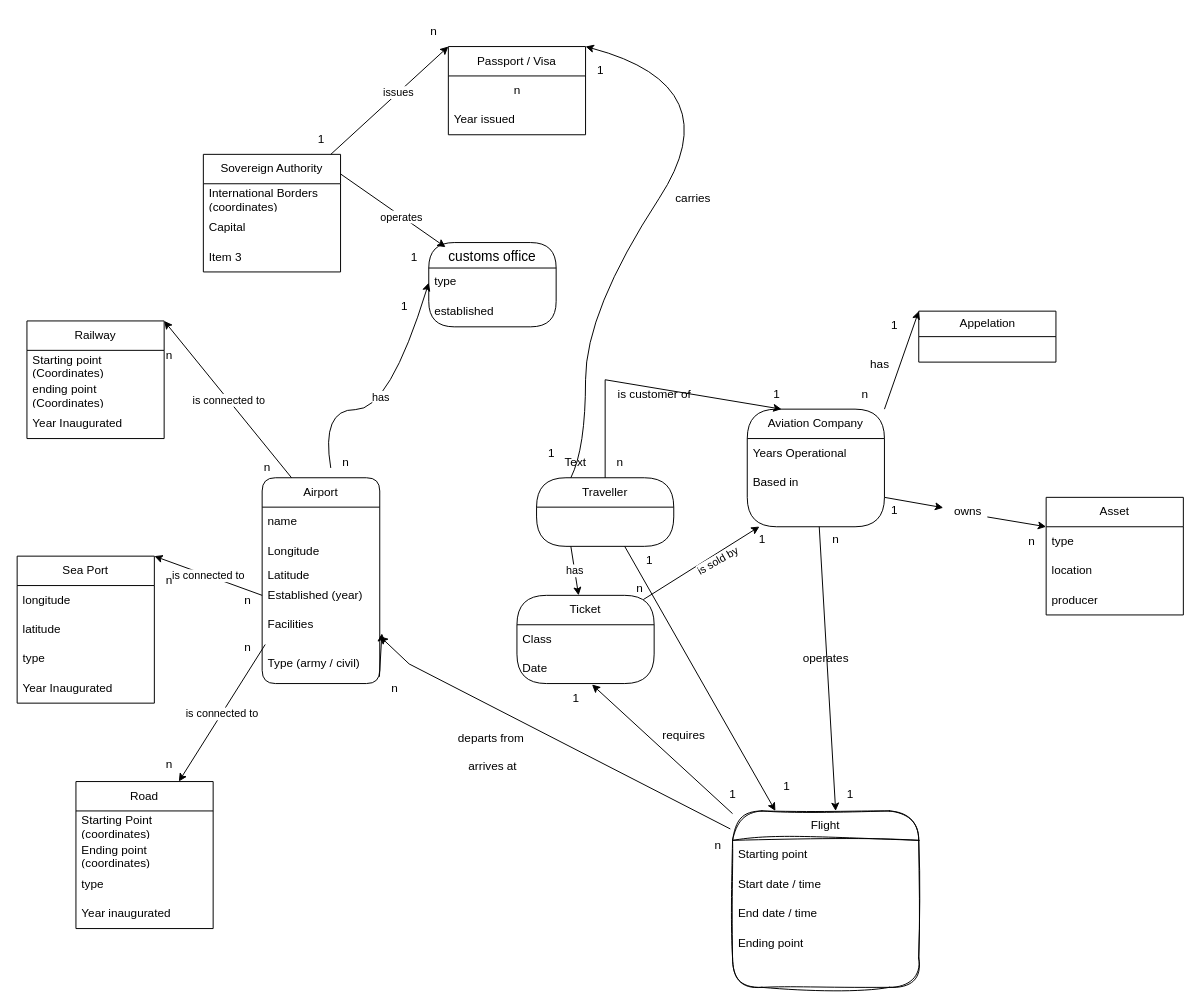
This is page "Page-1" (1 of 2) of Base de données - model relationnel.drawio from Davidmoha/Air-and-Sea-borders, a draw.io file, before an edit. Source tidied: cells renumbered, new cells numbered last; positions are measured from the earlier drawing's top-left corner, leaving out a move shared by most shapes. Both pictures are drawn from the tidied source at 98%, with x=0, y=0 at pixel (17, 17).
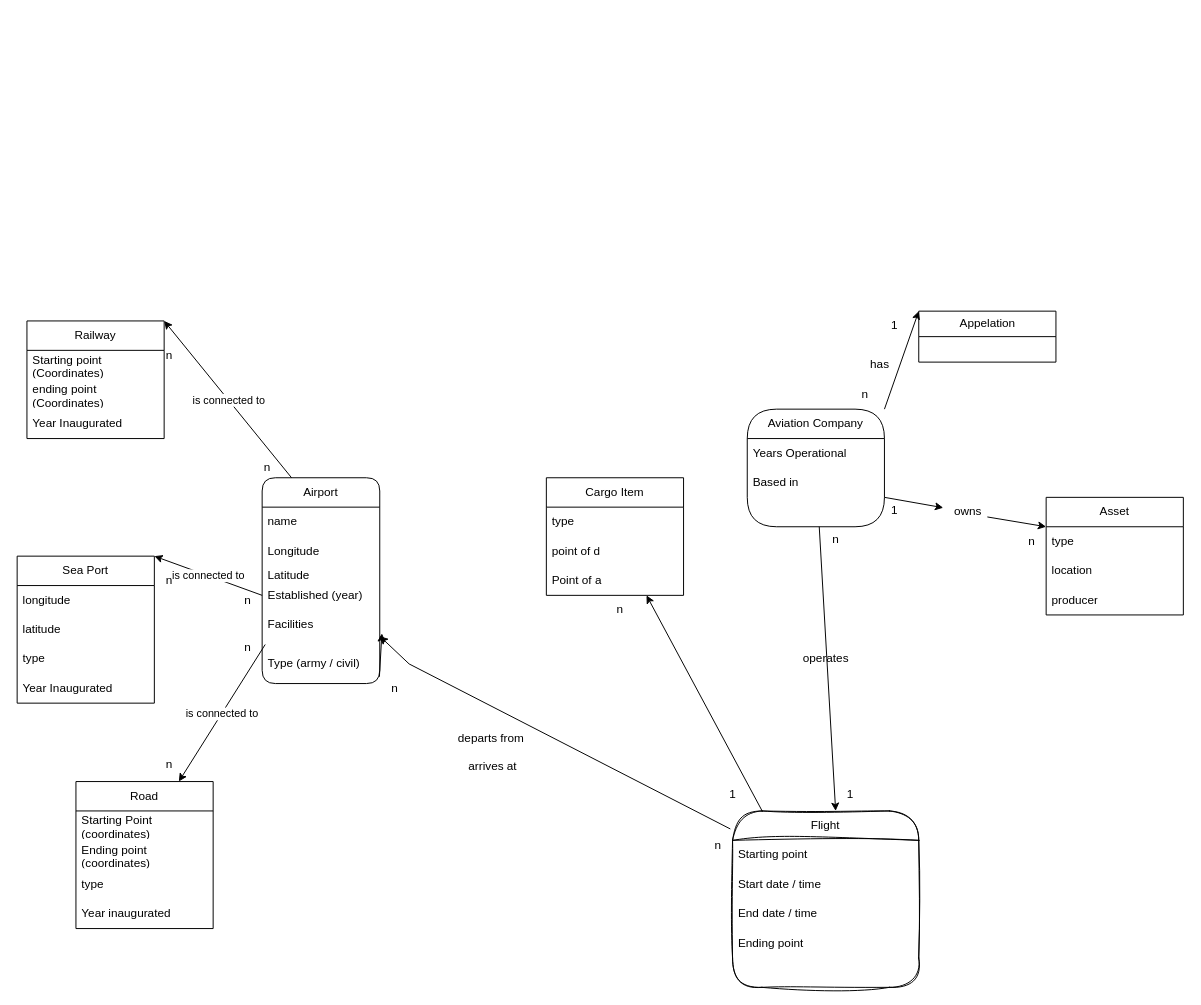
Above is the later version.

The change refers to these unchanged cells:
```xml
<mxCell id="14" value="Aviation Company" style="swimlane;fontStyle=0;horizontal=1;startSize=30;whiteSpace=wrap;html=1;rounded=1;arcSize=44;glass=0;" parent="1" vertex="1">
  <mxGeometry x="745" y="400" width="140" height="120" as="geometry" />
</mxCell>
<mxCell id="17" style="text;strokeColor=none;fillColor=none;align=left;verticalAlign=middle;spacingLeft=4;spacingRight=4;overflow=hidden;points=[[0,0.5],[1,0.5]];portConstraint=eastwest;whiteSpace=wrap;html=1;" parent="14" vertex="1">
  <mxGeometry y="90" width="140" height="30" as="geometry" />
</mxCell>
<mxCell id="18" value="Flight" style="swimlane;fontStyle=0;horizontal=1;startSize=30;whiteSpace=wrap;html=1;rounded=1;arcSize=40;sketch=1;curveFitting=1;jiggle=2;" parent="1" vertex="1">
  <mxGeometry x="730" y="810" width="190" height="180" as="geometry" />
</mxCell>
```

The edit, as a diff of the source:
```diff
@@
-    <mxCell id="2" style="endArrow=classic;html=1;rounded=0;curved=1;entryX=0;entryY=0.5;entryDx=0;entryDy=0;" parent="1" edge="1" target="12">
-      <mxGeometry relative="1" as="geometry">
-        <mxPoint x="320" y="460" as="sourcePoint" />
-        <Array as="points">
-          <mxPoint x="310" y="400" />
-          <mxPoint x="380" y="401" />
-        </Array>
-      </mxGeometry>
-    </mxCell>
-    <mxCell id="3" value="has" style="edgeLabel;html=1;align=center;verticalAlign=middle;" parent="2" vertex="1">
-      <mxGeometry relative="1" as="geometry">
-        <mxPoint x="-10" y="-11" as="offset" />
-      </mxGeometry>
-    </mxCell>
@@
-    <mxCell id="11" value="customs office" style="swimlane;fontStyle=0;horizontal=1;startSize=26;align=center;fontSize=14;fillColor=default;strokeColor=default;rounded=1;arcSize=50;verticalAlign=middle;" parent="1" vertex="1">
-      <mxGeometry x="420" y="230" width="130" height="86" as="geometry" />
-    </mxCell>
-    <mxCell id="12" value="type" style="text;strokeColor=none;fillColor=none;spacingLeft=4;spacingRight=4;overflow=hidden;points=[[0,0.5],[1,0.5]];portConstraint=eastwest;fontSize=12;whiteSpace=wrap;html=1;" parent="11" vertex="1">
-      <mxGeometry y="26" width="130" height="30" as="geometry" />
-    </mxCell>
-    <mxCell id="13" value="established&lt;span style=&quot;white-space: pre;&quot;&gt;&#9;&lt;/span&gt;" style="text;strokeColor=none;fillColor=none;spacingLeft=4;spacingRight=4;overflow=hidden;fontSize=12;whiteSpace=wrap;html=1;" parent="11" vertex="1">
-      <mxGeometry y="56" width="130" height="30" as="geometry" />
-    </mxCell>
@@
-    <mxCell id="24" value="Traveller" style="swimlane;fontStyle=0;horizontal=1;startSize=30;whiteSpace=wrap;html=1;rounded=1;arcSize=50;" parent="1" vertex="1">
-      <mxGeometry x="530" y="470" width="140" height="70" as="geometry" />
-    </mxCell>
@@
-    <mxCell id="27" style="endArrow=classic;html=1;rounded=0;" parent="1" edge="1" source="24" target="18">
-      <mxGeometry relative="1" as="geometry" />
-    </mxCell>
-    <mxCell id="28" style="endArrow=classic;html=1;rounded=0;exitX=0.5;exitY=0;exitDx=0;exitDy=0;entryX=0.25;entryY=0;entryDx=0;entryDy=0;" parent="1" edge="1" source="24" target="14">
-      <mxGeometry relative="1" as="geometry">
-        <Array as="points">
-          <mxPoint x="600" y="370" />
-        </Array>
-      </mxGeometry>
-    </mxCell>
-    <mxCell id="29" value="is customer of" style="text;html=1;align=center;verticalAlign=middle;strokeColor=none;fillColor=none;" parent="1" vertex="1">
-      <mxGeometry x="600" y="370" width="100" height="30" as="geometry" />
-    </mxCell>
-    <mxCell id="30" value="Ticket" style="swimlane;fontStyle=0;horizontal=1;startSize=30;whiteSpace=wrap;html=1;rounded=1;arcSize=50;" parent="1" vertex="1">
-      <mxGeometry x="510" y="590" width="140" height="90" as="geometry" />
-    </mxCell>
-    <mxCell id="31" value="Class" style="text;strokeColor=none;fillColor=none;align=left;verticalAlign=middle;spacingLeft=4;spacingRight=4;overflow=hidden;whiteSpace=wrap;html=1;" parent="30" vertex="1">
-      <mxGeometry y="30" width="140" height="30" as="geometry" />
-    </mxCell>
-    <mxCell id="32" value="Date" style="text;strokeColor=none;fillColor=none;align=left;verticalAlign=middle;spacingLeft=4;spacingRight=4;overflow=hidden;points=[[0,0.5],[1,0.5]];portConstraint=eastwest;whiteSpace=wrap;html=1;" parent="30" vertex="1">
-      <mxGeometry y="60" width="140" height="30" as="geometry" />
-    </mxCell>
-    <mxCell id="33" style="endArrow=classic;html=1;rounded=0;exitX=0.25;exitY=1;exitDx=0;exitDy=0;" parent="1" edge="1" source="24" target="30">
-      <mxGeometry relative="1" as="geometry" />
-    </mxCell>
-    <mxCell id="34" value="has" style="edgeLabel;html=1;align=center;verticalAlign=middle;" parent="33" vertex="1">
-      <mxGeometry relative="1" as="geometry" />
-    </mxCell>
-    <mxCell id="35" style="endArrow=classic;html=1;rounded=0;entryX=0.089;entryY=0.993;entryDx=0;entryDy=0;entryPerimeter=0;exitX=0.921;exitY=0.048;exitDx=0;exitDy=0;exitPerimeter=0;" parent="1" edge="1" source="30" target="17">
-      <mxGeometry relative="1" as="geometry" />
-    </mxCell>
-    <mxCell id="36" value="is sold by" style="edgeLabel;html=1;align=center;verticalAlign=middle;rotation=-30;" parent="35" vertex="1">
-      <mxGeometry relative="1" as="geometry">
-        <mxPoint x="16" y="-2" as="offset" />
-      </mxGeometry>
-    </mxCell>
-    <mxCell id="37" style="endArrow=classic;html=1;rounded=0;entryX=0.547;entryY=1.033;entryDx=0;entryDy=0;entryPerimeter=0;" parent="1" edge="1" source="18" target="32">
-      <mxGeometry relative="1" as="geometry" />
-    </mxCell>
@@
-    <mxCell id="53" value="Sovereign Authority" style="swimlane;fontStyle=0;horizontal=1;startSize=30;whiteSpace=wrap;html=1;" parent="1" vertex="1">
-      <mxGeometry x="190" y="140" width="140" height="120" as="geometry" />
-    </mxCell>
-    <mxCell id="54" value="International Borders (coordinates)" style="text;strokeColor=none;fillColor=none;align=left;verticalAlign=middle;spacingLeft=4;spacingRight=4;overflow=hidden;whiteSpace=wrap;html=1;" parent="53" vertex="1">
-      <mxGeometry y="30" width="140" height="30" as="geometry" />
-    </mxCell>
-    <mxCell id="55" value="Capital" style="text;strokeColor=none;fillColor=none;align=left;verticalAlign=middle;spacingLeft=4;spacingRight=4;overflow=hidden;whiteSpace=wrap;html=1;" parent="53" vertex="1">
-      <mxGeometry y="60" width="140" height="30" as="geometry" />
-    </mxCell>
-    <mxCell id="56" value="Item 3" style="text;strokeColor=none;fillColor=none;align=left;verticalAlign=middle;spacingLeft=4;spacingRight=4;overflow=hidden;whiteSpace=wrap;html=1;" parent="53" vertex="1">
-      <mxGeometry y="90" width="140" height="30" as="geometry" />
-    </mxCell>
-    <mxCell id="57" style="endArrow=classic;html=1;rounded=0;entryX=0.132;entryY=0.055;entryDx=0;entryDy=0;entryPerimeter=0;" parent="1" edge="1" target="11">
-      <mxGeometry relative="1" as="geometry">
-        <mxPoint x="330" y="160" as="sourcePoint" />
-      </mxGeometry>
-    </mxCell>
-    <mxCell id="58" value="operates" style="edgeLabel;html=1;align=center;verticalAlign=middle;" parent="57" vertex="1">
-      <mxGeometry x="0.16" relative="1" as="geometry">
-        <mxPoint x="-1" as="offset" />
-      </mxGeometry>
-    </mxCell>
@@
-    <mxCell id="65" value="Passport / Visa" style="swimlane;fontStyle=0;horizontal=1;startSize=30;whiteSpace=wrap;html=1;" parent="1" vertex="1">
-      <mxGeometry x="440" y="30" width="140" height="90" as="geometry" />
-    </mxCell>
-    <mxCell id="66" value="n" style="text;html=1;align=center;verticalAlign=middle;strokeColor=none;fillColor=none;" parent="65" vertex="1">
-      <mxGeometry y="30" width="140" height="30" as="geometry" />
-    </mxCell>
-    <mxCell id="67" value="Year issued" style="text;strokeColor=none;fillColor=none;align=left;verticalAlign=middle;spacingLeft=4;spacingRight=4;overflow=hidden;whiteSpace=wrap;html=1;" parent="65" vertex="1">
-      <mxGeometry y="60" width="140" height="30" as="geometry" />
-    </mxCell>
-    <mxCell id="68" style="endArrow=classic;html=1;rounded=0;entryX=0;entryY=0;entryDx=0;entryDy=0;exitX=0.929;exitY=0;exitDx=0;exitDy=0;exitPerimeter=0;" parent="1" edge="1" source="53" target="65">
-      <mxGeometry relative="1" as="geometry" />
-    </mxCell>
-    <mxCell id="69" value="issues" style="edgeLabel;html=1;align=center;verticalAlign=middle;" parent="68" vertex="1">
-      <mxGeometry x="0.16" relative="1" as="geometry">
-        <mxPoint x="-1" as="offset" />
-      </mxGeometry>
-    </mxCell>
-    <mxCell id="70" style="curved=1;endArrow=classic;html=1;rounded=0;entryX=1;entryY=0;entryDx=0;entryDy=0;exitX=0.25;exitY=0;exitDx=0;exitDy=0;" parent="1" edge="1" source="24" target="65">
-      <mxGeometry relative="1" as="geometry">
-        <Array as="points">
-          <mxPoint x="580" y="440" />
-          <mxPoint x="580" y="300" />
-          <mxPoint x="730" y="70" />
-        </Array>
-      </mxGeometry>
-    </mxCell>
-    <mxCell id="71" value="Text" style="text;html=1;align=center;verticalAlign=middle;whiteSpace=wrap;rounded=0;" parent="1" vertex="1">
-      <mxGeometry x="540" y="440" width="60" height="30" as="geometry" />
-    </mxCell>
-    <mxCell id="72" value="carries" style="text;html=1;align=center;verticalAlign=middle;whiteSpace=wrap;rounded=0;" parent="1" vertex="1">
-      <mxGeometry x="660" y="170" width="60" height="30" as="geometry" />
-    </mxCell>
@@
-    <mxCell id="79" value="requires" style="text;html=1;align=center;verticalAlign=middle;strokeColor=none;fillColor=none;" parent="1" vertex="1">
-      <mxGeometry x="645" y="718" width="70" height="30" as="geometry" />
-    </mxCell>
@@
-    <mxCell id="87" value="1" style="text;html=1;align=center;verticalAlign=middle;strokeColor=none;fillColor=none;" parent="1" vertex="1">
-      <mxGeometry x="745" y="518" width="30" height="30" as="geometry" />
-    </mxCell>
-    <mxCell id="88" value="n" style="text;html=1;align=center;verticalAlign=middle;strokeColor=none;fillColor=none;" parent="1" vertex="1">
-      <mxGeometry x="620" y="568" width="30" height="30" as="geometry" />
-    </mxCell>
-    <mxCell id="89" value="n" style="text;html=1;align=center;verticalAlign=middle;strokeColor=none;fillColor=none;" parent="1" vertex="1">
-      <mxGeometry x="600" y="440" width="30" height="30" as="geometry" />
-    </mxCell>
@@
-    <mxCell id="95" value="1" style="text;html=1;align=center;verticalAlign=middle;strokeColor=none;fillColor=none;" parent="1" vertex="1">
-      <mxGeometry x="760" y="370" width="30" height="30" as="geometry" />
-    </mxCell>
-    <mxCell id="96" value="n" style="text;html=1;align=center;verticalAlign=middle;strokeColor=none;fillColor=none;" parent="1" vertex="1">
-      <mxGeometry x="320" y="440" width="30" height="30" as="geometry" />
-    </mxCell>
-    <mxCell id="97" value="1" style="text;html=1;align=center;verticalAlign=middle;strokeColor=none;fillColor=none;" parent="1" vertex="1">
-      <mxGeometry x="390" y="230" width="30" height="30" as="geometry" />
-    </mxCell>
-    <mxCell id="98" value="1" style="text;html=1;align=center;verticalAlign=middle;strokeColor=none;fillColor=none;" parent="1" vertex="1">
-      <mxGeometry x="380" y="280" width="30" height="30" as="geometry" />
-    </mxCell>
-    <mxCell id="99" value="n" style="text;html=1;align=center;verticalAlign=middle;strokeColor=none;fillColor=none;" parent="1" vertex="1">
-      <mxGeometry x="410" width="30" height="30" as="geometry" />
-    </mxCell>
-    <mxCell id="100" value="1" style="text;html=1;align=center;verticalAlign=middle;strokeColor=none;fillColor=none;" parent="1" vertex="1">
-      <mxGeometry x="295" y="110" width="30" height="30" as="geometry" />
-    </mxCell>
-    <mxCell id="101" value="1" style="text;html=1;align=center;verticalAlign=middle;strokeColor=none;fillColor=none;" parent="1" vertex="1">
-      <mxGeometry x="580" y="40" width="30" height="30" as="geometry" />
-    </mxCell>
-    <mxCell id="102" value="1" style="text;html=1;align=center;verticalAlign=middle;strokeColor=none;fillColor=none;" parent="1" vertex="1">
-      <mxGeometry x="530" y="430" width="30" height="30" as="geometry" />
-    </mxCell>
@@
-    <mxCell id="114" value="1" style="text;html=1;align=center;verticalAlign=middle;strokeColor=none;fillColor=none;" parent="1" vertex="1">
-      <mxGeometry x="555" y="680" width="30" height="30" as="geometry" />
-    </mxCell>
@@
-    <mxCell id="116" value="1" style="text;html=1;align=center;verticalAlign=middle;strokeColor=none;fillColor=none;" parent="1" vertex="1">
-      <mxGeometry x="630" y="540" width="30" height="30" as="geometry" />
-    </mxCell>
-    <mxCell id="117" value="1" style="text;html=1;align=center;verticalAlign=middle;strokeColor=none;fillColor=none;" parent="1" vertex="1">
-      <mxGeometry x="770" y="770" width="30" height="30" as="geometry" />
-    </mxCell>
+    <mxCell id="118" value="Cargo Item" style="swimlane;fontStyle=0;horizontal=1;startSize=30;whiteSpace=wrap;html=1;" parent="1" vertex="1">
+      <mxGeometry x="540" y="470" width="140" height="120" as="geometry" />
+    </mxCell>
+    <mxCell id="12" value="type" style="text;strokeColor=none;fillColor=none;align=left;verticalAlign=middle;spacingLeft=4;spacingRight=4;overflow=hidden;points=[[0,0.5],[1,0.5]];portConstraint=eastwest;whiteSpace=wrap;html=1;" parent="118" vertex="1">
+      <mxGeometry y="30" width="140" height="30" as="geometry" />
+    </mxCell>
+    <mxCell id="119" value="point of d" style="text;strokeColor=none;fillColor=none;align=left;verticalAlign=middle;spacingLeft=4;spacingRight=4;overflow=hidden;whiteSpace=wrap;html=1;" parent="118" vertex="1">
+      <mxGeometry y="60" width="140" height="30" as="geometry" />
+    </mxCell>
+    <mxCell id="120" value="Point of a" style="text;strokeColor=none;fillColor=none;align=left;verticalAlign=middle;spacingLeft=4;spacingRight=4;overflow=hidden;whiteSpace=wrap;html=1;" parent="118" vertex="1">
+      <mxGeometry y="90" width="140" height="30" as="geometry" />
+    </mxCell>
+    <mxCell id="121" style="endArrow=classic;html=1;rounded=0;exitX=0.161;exitY=0.004;exitDx=0;exitDy=0;exitPerimeter=0;" parent="1" edge="1" source="18" target="118">
+      <mxGeometry relative="1" as="geometry" />
+    </mxCell>
+    <mxCell id="122" value="n" style="text;html=1;align=center;verticalAlign=middle;strokeColor=none;fillColor=none;" parent="1" vertex="1">
+      <mxGeometry x="600" y="590" width="30" height="30" as="geometry" />
+    </mxCell>
```
